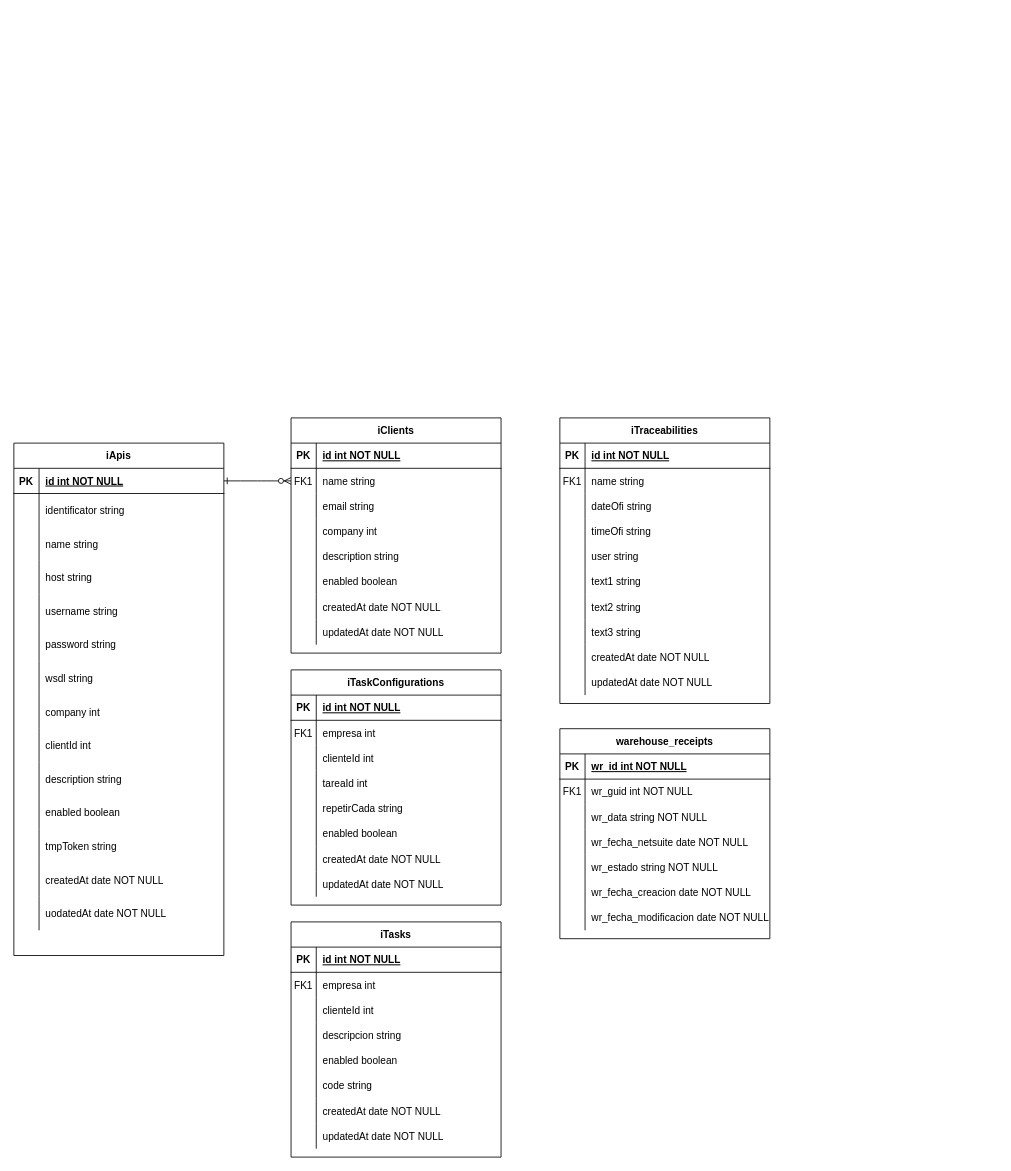
This is Untitled Diagram.drawio from JesusMartheyn/platzi-curso-practico-javascript, a draw.io file, before an edit. Source tidied: cells renumbered, new cells numbered last; positions are measured from the earlier drawing's top-left corner, leaving out a move shared by most shapes. Both pictures are drawn from the tidied source at 84%, with x=0, y=0 at pixel (13, 417).
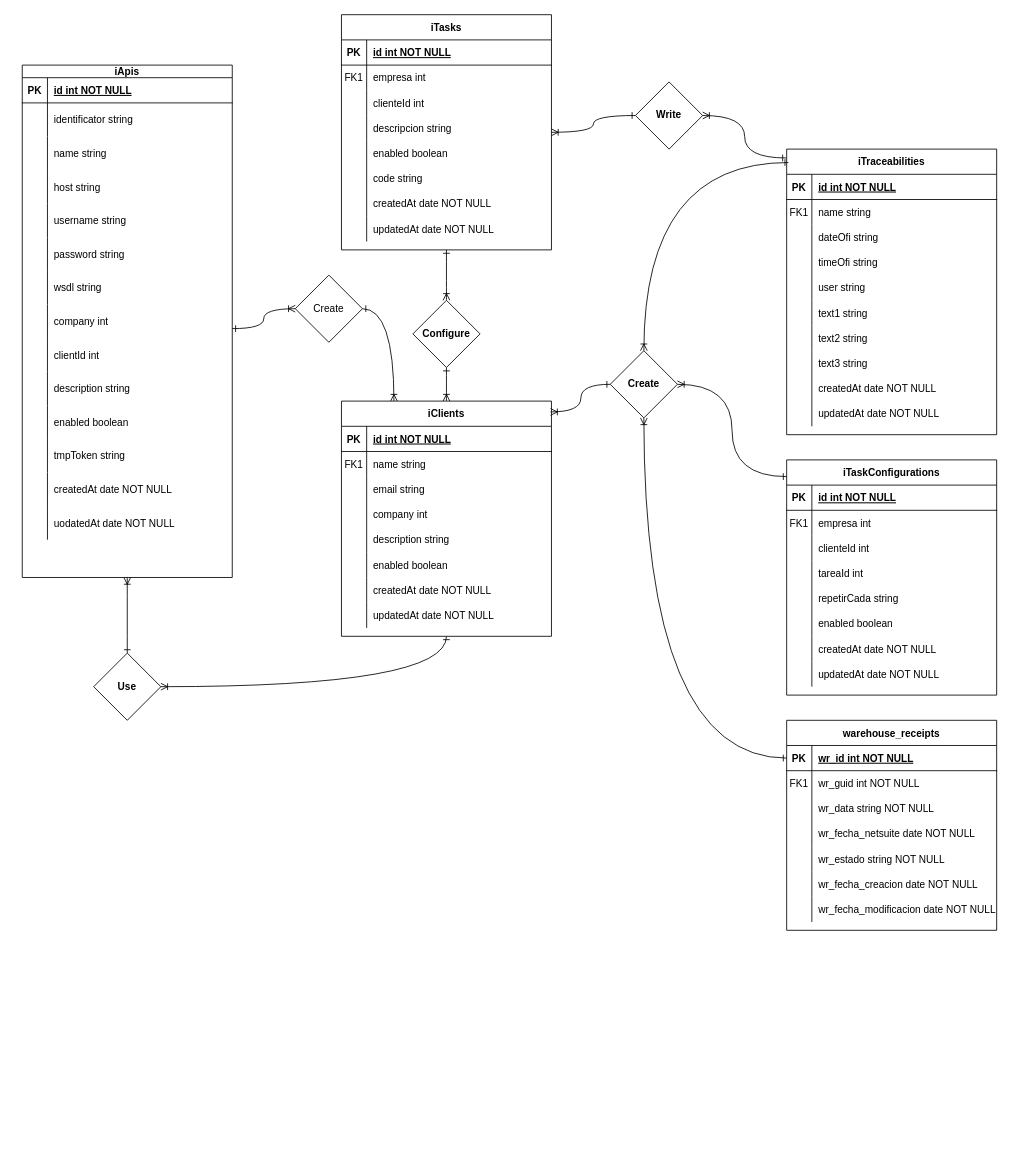
After the change.

The change refers to these unchanged cells:
```xml
<mxCell id="7" style="shape=partialRectangle;fillColor=none;points=[[0,0.5],[1,0.5]];portConstraint=eastwest;top=0;left=0;right=0;bottom=0;" parent="3" vertex="1">
  <mxGeometry y="60" width="250" height="30" as="geometry" />
</mxCell>
<mxCell id="153" style="shape=partialRectangle;fillColor=none;points=[[0,0.5],[1,0.5]];portConstraint=eastwest;top=0;left=0;right=0;bottom=1;" parent="152" vertex="1">
  <mxGeometry y="30" width="250" height="30" as="geometry" />
</mxCell>
```

Diff of the diagram source:
```diff
@@
-    <mxCell id="2" style="edgeStyle=entityRelationEdgeStyle;endArrow=ERzeroToMany;startArrow=ERone;endFill=1;startFill=0;" parent="1" edge="1" source="54" target="7">
-      <mxGeometry relative="1" as="geometry" />
-    </mxCell>
+    <mxCell id="175" style="edgeStyle=orthogonalEdgeStyle;curved=1;rounded=0;jettySize=auto;html=1;startArrow=ERoneToMany;startFill=0;endArrow=ERone;endFill=0;" parent="1" edge="1" source="3" target="189">
+      <mxGeometry relative="1" as="geometry" />
+    </mxCell>
+    <mxCell id="176" style="edgeStyle=orthogonalEdgeStyle;curved=1;rounded=0;jettySize=auto;html=1;exitX=0.25;exitY=0;exitDx=0;exitDy=0;entryX=1;entryY=0.5;entryDx=0;entryDy=0;startArrow=ERoneToMany;startFill=0;endArrow=ERone;endFill=0;" parent="1" edge="1" source="3" target="180">
+      <mxGeometry relative="1" as="geometry" />
+    </mxCell>
     <mxCell id="3" value="iClients" style="shape=table;startSize=30;childLayout=tableLayout;rowLines=0;fontStyle=1;align=center;" parent="1" vertex="1">
-      <mxGeometry x="330" width="250" height="280" as="geometry" />
+      <mxGeometry x="390" y="-20" width="250" height="280" as="geometry" />
     </mxCell>
@@
     <mxCell id="28" value="iTaskConfigurations" style="shape=table;startSize=30;childLayout=tableLayout;rowLines=0;fontStyle=1;align=center;" parent="1" vertex="1">
-      <mxGeometry x="330" y="300" width="250" height="280" as="geometry" />
+      <mxGeometry x="920" y="50" width="250" height="280" as="geometry" />
     </mxCell>
@@
+    <mxCell id="177" style="edgeStyle=orthogonalEdgeStyle;curved=1;rounded=0;jettySize=auto;html=1;startArrow=ERoneToMany;startFill=0;endArrow=ERone;endFill=0;" parent="1" edge="1" source="53" target="191">
+      <mxGeometry relative="1" as="geometry" />
+    </mxCell>
-    <mxCell id="53" value="iApis" style="shape=table;startSize=30;childLayout=tableLayout;rowLines=0;fontStyle=1;align=center;" parent="1" vertex="1">
-      <mxGeometry y="30" width="250" height="610" as="geometry" />
+    <mxCell id="53" value="iApis" style="shape=table;startSize=15;childLayout=tableLayout;rowLines=0;fontStyle=1;align=center;" parent="1" vertex="1">
+      <mxGeometry x="10" y="-420" width="250" height="610" as="geometry" />
     </mxCell>
     <mxCell id="54" style="shape=partialRectangle;fillColor=none;points=[[0,0.5],[1,0.5]];portConstraint=eastwest;top=0;left=0;right=0;bottom=1;" parent="53" vertex="1">
-      <mxGeometry y="30" width="250" height="30" as="geometry" />
+      <mxGeometry y="15" width="250" height="30" as="geometry" />
     </mxCell>
@@
     <mxCell id="57" style="shape=partialRectangle;fillColor=none;points=[[0,0.5],[1,0.5]];portConstraint=eastwest;top=0;left=0;right=0;bottom=0;" parent="53" vertex="1">
-      <mxGeometry y="60" width="250" height="40" as="geometry" />
+      <mxGeometry y="45" width="250" height="40" as="geometry" />
     </mxCell>
@@
     <mxCell id="60" style="shape=partialRectangle;fillColor=none;top=0;left=0;right=0;bottom=0;" parent="53" vertex="1">
-      <mxGeometry y="100" width="250" height="40" as="geometry" />
+      <mxGeometry y="85" width="250" height="40" as="geometry" />
     </mxCell>
@@
     <mxCell id="63" style="shape=partialRectangle;fillColor=none;top=0;left=0;right=0;bottom=0;" parent="53" vertex="1">
-      <mxGeometry y="140" width="250" height="40" as="geometry" />
+      <mxGeometry y="125" width="250" height="40" as="geometry" />
     </mxCell>
@@
     <mxCell id="66" style="shape=partialRectangle;fillColor=none;top=0;left=0;right=0;bottom=0;" parent="53" vertex="1">
-      <mxGeometry y="180" width="250" height="40" as="geometry" />
+      <mxGeometry y="165" width="250" height="40" as="geometry" />
     </mxCell>
@@
     <mxCell id="69" style="shape=partialRectangle;fillColor=none;top=0;left=0;right=0;bottom=0;" parent="53" vertex="1">
-      <mxGeometry y="220" width="250" height="40" as="geometry" />
+      <mxGeometry y="205" width="250" height="40" as="geometry" />
     </mxCell>
@@
     <mxCell id="72" style="shape=partialRectangle;fillColor=none;top=0;left=0;right=0;bottom=0;" parent="53" vertex="1">
-      <mxGeometry y="260" width="250" height="40" as="geometry" />
+      <mxGeometry y="245" width="250" height="40" as="geometry" />
     </mxCell>
@@
     <mxCell id="75" style="shape=partialRectangle;fillColor=none;points=[[0,0.5],[1,0.5]];portConstraint=eastwest;top=0;left=0;right=0;bottom=0;" parent="53" vertex="1">
-      <mxGeometry y="300" width="250" height="40" as="geometry" />
+      <mxGeometry y="285" width="250" height="40" as="geometry" />
     </mxCell>
@@
     <mxCell id="78" style="shape=partialRectangle;fillColor=none;top=0;left=0;right=0;bottom=0;" parent="53" vertex="1">
-      <mxGeometry y="340" width="250" height="40" as="geometry" />
+      <mxGeometry y="325" width="250" height="40" as="geometry" />
     </mxCell>
@@
     <mxCell id="81" style="shape=partialRectangle;fillColor=none;top=0;left=0;right=0;bottom=0;" parent="53" vertex="1">
-      <mxGeometry y="380" width="250" height="40" as="geometry" />
+      <mxGeometry y="365" width="250" height="40" as="geometry" />
     </mxCell>
@@
     <mxCell id="84" style="shape=partialRectangle;fillColor=none;top=0;left=0;right=0;bottom=0;" parent="53" vertex="1">
-      <mxGeometry y="420" width="250" height="40" as="geometry" />
+      <mxGeometry y="405" width="250" height="40" as="geometry" />
     </mxCell>
@@
     <mxCell id="87" style="shape=partialRectangle;fillColor=none;top=0;left=0;right=0;bottom=0;" parent="53" vertex="1">
-      <mxGeometry y="460" width="250" height="40" as="geometry" />
+      <mxGeometry y="445" width="250" height="40" as="geometry" />
     </mxCell>
@@
     <mxCell id="90" style="shape=partialRectangle;fillColor=none;top=0;left=0;right=0;bottom=0;" parent="53" vertex="1">
-      <mxGeometry y="500" width="250" height="40" as="geometry" />
+      <mxGeometry y="485" width="250" height="40" as="geometry" />
     </mxCell>
@@
     <mxCell id="93" style="shape=partialRectangle;fillColor=none;top=0;left=0;right=0;bottom=0;" parent="53" vertex="1">
-      <mxGeometry y="540" width="250" height="40" as="geometry" />
+      <mxGeometry y="525" width="250" height="40" as="geometry" />
     </mxCell>
@@
+    <mxCell id="178" style="edgeStyle=orthogonalEdgeStyle;curved=1;rounded=0;jettySize=auto;html=1;startArrow=ERoneToMany;startFill=0;endArrow=ERone;endFill=0;" parent="1" edge="1" source="96" target="187">
+      <mxGeometry relative="1" as="geometry" />
+    </mxCell>
     <mxCell id="96" value="iTasks" style="shape=table;startSize=30;childLayout=tableLayout;rowLines=0;fontStyle=1;align=center;" parent="1" vertex="1">
-      <mxGeometry x="330" y="600" width="250" height="280" as="geometry" />
+      <mxGeometry x="390" y="-480" width="250" height="280" as="geometry" />
     </mxCell>
@@
     <mxCell id="121" value="iTraceabilities" style="shape=table;startSize=30;childLayout=tableLayout;rowLines=0;fontStyle=1;align=center;" parent="1" vertex="1">
-      <mxGeometry x="650" width="250" height="340" as="geometry" />
+      <mxGeometry x="920" y="-320" width="250" height="340" as="geometry" />
     </mxCell>
@@
     <mxCell id="152" value="warehouse_receipts" style="shape=table;startSize=30;childLayout=tableLayout;rowLines=0;fontStyle=1;align=center;" parent="1" vertex="1">
-      <mxGeometry x="650" y="370" width="250" height="250" as="geometry" />
+      <mxGeometry x="920" y="360" width="250" height="250" as="geometry" />
     </mxCell>
@@
+    <mxCell id="179" style="edgeStyle=orthogonalEdgeStyle;rounded=0;jettySize=auto;html=1;entryX=1;entryY=0.718;entryDx=0;entryDy=0;startArrow=ERoneToMany;startFill=0;endArrow=ERone;endFill=0;exitX=0;exitY=0.5;exitDx=0;exitDy=0;curved=1;entryPerimeter=0;" parent="1" edge="1" source="180" target="75">
+      <mxGeometry relative="1" as="geometry" />
+    </mxCell>
+    <mxCell id="180" value="Create" style="rhombus;whiteSpace=wrap;html=1;" parent="1" vertex="1">
+      <mxGeometry x="335" y="-170" width="80" height="80" as="geometry" />
+    </mxCell>
+    <mxCell id="181" style="edgeStyle=orthogonalEdgeStyle;curved=1;rounded=0;jettySize=auto;html=1;startArrow=ERoneToMany;startFill=0;endArrow=ERone;endFill=0;entryX=0;entryY=0.5;entryDx=0;entryDy=0;exitX=0.996;exitY=0.046;exitDx=0;exitDy=0;exitPerimeter=0;" parent="1" edge="1" source="3" target="185">
+      <mxGeometry relative="1" as="geometry" />
+    </mxCell>
+    <mxCell id="182" style="edgeStyle=orthogonalEdgeStyle;curved=1;rounded=0;jettySize=auto;html=1;exitX=1;exitY=0.5;exitDx=0;exitDy=0;entryX=0;entryY=0.071;entryDx=0;entryDy=0;entryPerimeter=0;startArrow=ERoneToMany;startFill=0;endArrow=ERone;endFill=0;" parent="1" edge="1" source="185" target="28">
+      <mxGeometry relative="1" as="geometry" />
+    </mxCell>
+    <mxCell id="183" style="edgeStyle=orthogonalEdgeStyle;curved=1;rounded=0;jettySize=auto;html=1;exitX=0.5;exitY=1;exitDx=0;exitDy=0;entryX=0;entryY=0.5;entryDx=0;entryDy=0;startArrow=ERoneToMany;startFill=0;endArrow=ERone;endFill=0;" parent="1" edge="1" source="185" target="153">
+      <mxGeometry relative="1" as="geometry" />
+    </mxCell>
+    <mxCell id="184" style="edgeStyle=orthogonalEdgeStyle;curved=1;rounded=0;jettySize=auto;html=1;exitX=0.5;exitY=0;exitDx=0;exitDy=0;entryX=0.008;entryY=0.047;entryDx=0;entryDy=0;entryPerimeter=0;startArrow=ERoneToMany;startFill=0;endArrow=ERone;endFill=0;" parent="1" edge="1" source="185" target="121">
+      <mxGeometry relative="1" as="geometry" />
+    </mxCell>
+    <mxCell id="185" value="Create" style="rhombus;whiteSpace=wrap;html=1;startSize=30;fontStyle=1;" parent="1" vertex="1">
+      <mxGeometry x="710" y="-80" width="80" height="80" as="geometry" />
+    </mxCell>
+    <mxCell id="186" style="edgeStyle=orthogonalEdgeStyle;curved=1;rounded=0;jettySize=auto;html=1;exitX=1;exitY=0.5;exitDx=0;exitDy=0;entryX=-0.003;entryY=0.031;entryDx=0;entryDy=0;entryPerimeter=0;startArrow=ERoneToMany;startFill=0;endArrow=ERone;endFill=0;" parent="1" edge="1" source="187" target="121">
+      <mxGeometry relative="1" as="geometry" />
+    </mxCell>
+    <mxCell id="187" value="Write" style="rhombus;whiteSpace=wrap;html=1;startSize=30;fontStyle=1;" parent="1" vertex="1">
+      <mxGeometry x="740" y="-400" width="80" height="80" as="geometry" />
+    </mxCell>
+    <mxCell id="188" style="edgeStyle=orthogonalEdgeStyle;curved=1;rounded=0;jettySize=auto;html=1;exitX=0.5;exitY=0;exitDx=0;exitDy=0;entryX=0.5;entryY=1;entryDx=0;entryDy=0;startArrow=ERoneToMany;startFill=0;endArrow=ERone;endFill=0;" parent="1" edge="1" source="189" target="96">
+      <mxGeometry relative="1" as="geometry" />
+    </mxCell>
+    <mxCell id="189" value="Configure" style="rhombus;whiteSpace=wrap;html=1;startSize=30;fontStyle=1;" parent="1" vertex="1">
+      <mxGeometry x="475" y="-140" width="80" height="80" as="geometry" />
+    </mxCell>
+    <mxCell id="190" style="edgeStyle=orthogonalEdgeStyle;curved=1;rounded=0;jettySize=auto;html=1;exitX=1;exitY=0.5;exitDx=0;exitDy=0;entryX=0.5;entryY=1;entryDx=0;entryDy=0;startArrow=ERoneToMany;startFill=0;endArrow=ERone;endFill=0;" parent="1" edge="1" source="191" target="3">
+      <mxGeometry relative="1" as="geometry" />
+    </mxCell>
+    <mxCell id="191" value="Use" style="rhombus;whiteSpace=wrap;html=1;startSize=15;fontStyle=1;" parent="1" vertex="1">
+      <mxGeometry x="95" y="280" width="80" height="80" as="geometry" />
+    </mxCell>
```
